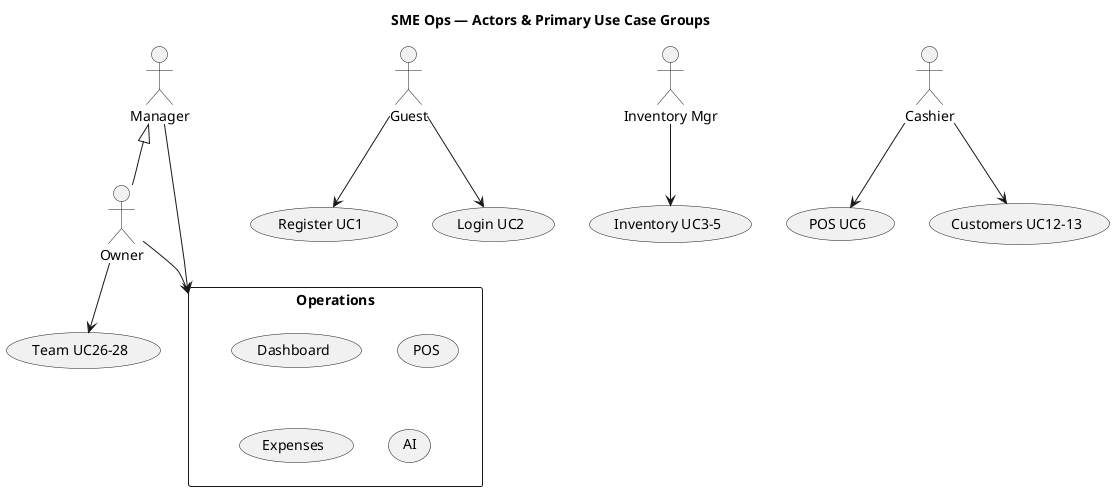
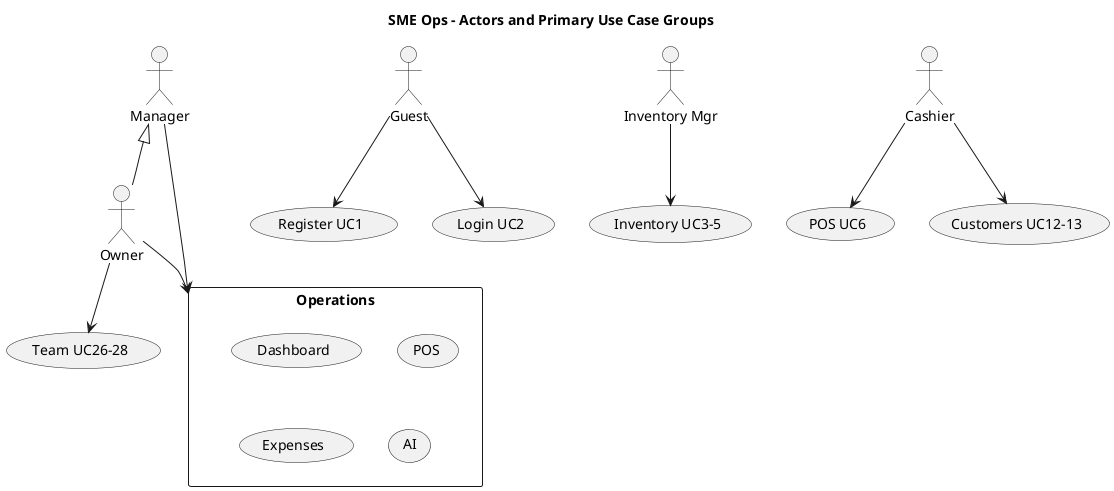
@startuml SME_Ops_Use_Case_By_Actor
- title SME Ops — Actors & Primary Use Case Groups
+ title SME Ops - Actors and Primary Use Case Groups

skinparam shadowing false

- actor Guest
- actor Owner
- actor Manager
+ actor Guest as guest
+ actor Owner as owner
+ actor Manager as mgr
actor "Inventory Mgr" as IM
- actor Cashier
+ actor Cashier as cashier

- Manager <|-- Owner
+ mgr <|-- owner

- Guest --> (Register UC1)
- Guest --> (Login UC2)
+ guest --> (Register UC1)
+ guest --> (Login UC2)

- Owner --> (Operations)
- Owner --> (Team UC26-28)
+ owner --> (Operations)
+ owner --> (Team UC26-28)

- Manager --> (Operations)
+ mgr --> (Operations)

IM --> (Inventory UC3-5)

- Cashier --> (POS UC6)
- Cashier --> (Customers UC12-13)
+ cashier --> (POS UC6)
+ cashier --> (Customers UC12-13)

rectangle Operations {
  usecase Dashboard
  usecase POS
  usecase Expenses
  usecase AI
}

@enduml
